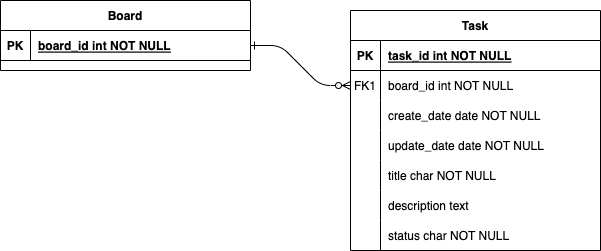
This is db-diagram.png from RonierisonMaciel/task-board, a draw.io export, as it was before one commit. Source tidied: cells renumbered, new cells last; positions are measured from the earlier drawing's top-left corner, leaving out a move shared by most shapes. The source it was exported from:
```xml
<mxGraphModel>
  <root>
    <mxCell id="0" />
    <mxCell id="1" parent="0" />
    <mxCell id="2" style="edgeStyle=entityRelationEdgeStyle;endArrow=ERzeroToMany;startArrow=ERone;endFill=1;startFill=0;" parent="1" edge="1" source="26" target="7">
      <mxGeometry relative="1" as="geometry" />
    </mxCell>
    <mxCell id="3" value="Task" style="shape=table;startSize=30;rowLines=0;fontStyle=1;align=center;" parent="1" vertex="1">
      <mxGeometry x="350" y="10" width="250" height="240" as="geometry" />
    </mxCell>
    <mxCell id="4" style="shape=partialRectangle;fillColor=none;top=0;left=0;right=0;bottom=1;" parent="3" vertex="1">
      <mxGeometry y="30" width="250" height="30" as="geometry" />
    </mxCell>
    <mxCell id="5" value="PK" style="shape=partialRectangle;overflow=hidden;fillColor=none;top=0;left=0;bottom=0;right=0;fontStyle=1;" parent="4" vertex="1">
      <mxGeometry width="30" height="30" as="geometry" />
    </mxCell>
    <mxCell id="6" value="task_id int NOT NULL " style="shape=partialRectangle;overflow=hidden;fillColor=none;top=0;left=0;bottom=0;right=0;align=left;spacingLeft=6;fontStyle=5;" parent="4" vertex="1">
      <mxGeometry x="30" width="220" height="30" as="geometry" />
    </mxCell>
    <mxCell id="7" style="shape=partialRectangle;fillColor=none;points=[[0,0.5],[1,0.5]];portConstraint=eastwest;top=0;left=0;right=0;bottom=0;" parent="3" vertex="1">
      <mxGeometry y="60" width="250" height="30" as="geometry" />
    </mxCell>
    <mxCell id="8" value="FK1" style="shape=partialRectangle;overflow=hidden;fillColor=none;top=0;left=0;bottom=0;right=0;" parent="7" vertex="1">
      <mxGeometry width="30" height="30" as="geometry" />
    </mxCell>
    <mxCell id="9" value="board_id int NOT NULL" style="shape=partialRectangle;overflow=hidden;fillColor=none;top=0;left=0;bottom=0;right=0;align=left;spacingLeft=6;" parent="7" vertex="1">
      <mxGeometry x="30" width="220" height="30" as="geometry" />
    </mxCell>
    <mxCell id="10" style="shape=partialRectangle;fillColor=none;top=0;left=0;right=0;bottom=0;" parent="3" vertex="1">
      <mxGeometry y="90" width="250" height="30" as="geometry" />
    </mxCell>
    <mxCell id="11" style="shape=partialRectangle;overflow=hidden;fillColor=none;top=0;left=0;bottom=0;right=0;" parent="10" vertex="1">
      <mxGeometry width="30" height="30" as="geometry" />
    </mxCell>
    <mxCell id="12" value="create_date date NOT NULL" style="shape=partialRectangle;overflow=hidden;fillColor=none;top=0;left=0;bottom=0;right=0;align=left;spacingLeft=6;" parent="10" vertex="1">
      <mxGeometry x="30" width="220" height="30" as="geometry" />
    </mxCell>
    <mxCell id="13" style="shape=partialRectangle;fillColor=none;top=0;left=0;right=0;bottom=0;" parent="3" vertex="1">
      <mxGeometry y="120" width="250" height="30" as="geometry" />
    </mxCell>
    <mxCell id="14" style="shape=partialRectangle;overflow=hidden;fillColor=none;top=0;left=0;bottom=0;right=0;" parent="13" vertex="1">
      <mxGeometry width="30" height="30" as="geometry" />
    </mxCell>
    <mxCell id="15" value="update_date date NOT NULL" style="shape=partialRectangle;overflow=hidden;fillColor=none;top=0;left=0;bottom=0;right=0;align=left;spacingLeft=6;" parent="13" vertex="1">
      <mxGeometry x="30" width="220" height="30" as="geometry" />
    </mxCell>
    <mxCell id="16" style="shape=partialRectangle;fillColor=none;top=0;left=0;right=0;bottom=0;" parent="3" vertex="1">
      <mxGeometry y="150" width="250" height="30" as="geometry" />
    </mxCell>
    <mxCell id="17" style="shape=partialRectangle;overflow=hidden;fillColor=none;top=0;left=0;bottom=0;right=0;" parent="16" vertex="1">
      <mxGeometry width="30" height="30" as="geometry" />
    </mxCell>
    <mxCell id="18" value="title char NOT NULL" style="shape=partialRectangle;overflow=hidden;fillColor=none;top=0;left=0;bottom=0;right=0;align=left;spacingLeft=6;" parent="16" vertex="1">
      <mxGeometry x="30" width="220" height="30" as="geometry" />
    </mxCell>
    <mxCell id="19" style="shape=partialRectangle;fillColor=none;top=0;left=0;right=0;bottom=0;" parent="3" vertex="1">
      <mxGeometry y="180" width="250" height="30" as="geometry" />
    </mxCell>
    <mxCell id="20" style="shape=partialRectangle;overflow=hidden;fillColor=none;top=0;left=0;bottom=0;right=0;" parent="19" vertex="1">
      <mxGeometry width="30" height="30" as="geometry" />
    </mxCell>
    <mxCell id="21" value="description text " style="shape=partialRectangle;overflow=hidden;fillColor=none;top=0;left=0;bottom=0;right=0;align=left;spacingLeft=6;" parent="19" vertex="1">
      <mxGeometry x="30" width="220" height="30" as="geometry" />
    </mxCell>
    <mxCell id="22" style="shape=partialRectangle;fillColor=none;top=0;left=0;right=0;bottom=0;" parent="3" vertex="1">
      <mxGeometry y="210" width="250" height="30" as="geometry" />
    </mxCell>
    <mxCell id="23" style="shape=partialRectangle;overflow=hidden;fillColor=none;top=0;left=0;bottom=0;right=0;" parent="22" vertex="1">
      <mxGeometry width="30" height="30" as="geometry" />
    </mxCell>
    <mxCell id="24" value="status char NOT NULL" style="shape=partialRectangle;overflow=hidden;fillColor=none;top=0;left=0;bottom=0;right=0;align=left;spacingLeft=6;" parent="22" vertex="1">
      <mxGeometry x="30" width="220" height="30" as="geometry" />
    </mxCell>
    <mxCell id="25" value="Board" style="shape=table;startSize=30;rowLines=0;fontStyle=1;align=center;" parent="1" vertex="1">
      <mxGeometry width="250" height="70" as="geometry" />
    </mxCell>
    <mxCell id="26" style="shape=partialRectangle;fillColor=none;points=[[0,0.5],[1,0.5]];portConstraint=eastwest;top=0;left=0;right=0;bottom=1;" parent="25" vertex="1">
      <mxGeometry y="30" width="250" height="30" as="geometry" />
    </mxCell>
    <mxCell id="27" value="PK" style="shape=partialRectangle;overflow=hidden;fillColor=none;top=0;left=0;bottom=0;right=0;fontStyle=1;" parent="26" vertex="1">
      <mxGeometry width="30" height="30" as="geometry" />
    </mxCell>
    <mxCell id="28" value="board_id int NOT NULL " style="shape=partialRectangle;overflow=hidden;fillColor=none;top=0;left=0;bottom=0;right=0;align=left;spacingLeft=6;fontStyle=5;" parent="26" vertex="1">
      <mxGeometry x="30" width="220" height="30" as="geometry" />
    </mxCell>
  </root>
</mxGraphModel>
```
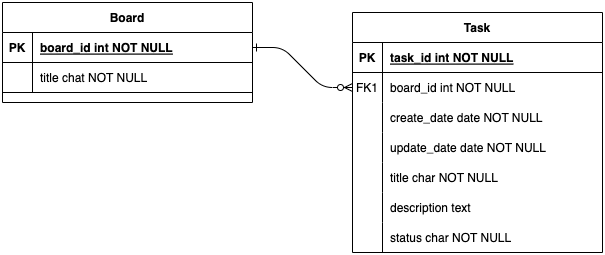
Later version of the same file.

The edit, as a diff of the source:
```diff
@@ -72,7 +72,7 @@
       <mxGeometry x="30" width="220" height="30" as="geometry" />
     </mxCell>
     <mxCell id="25" value="Board" style="shape=table;startSize=30;rowLines=0;fontStyle=1;align=center;" parent="1" vertex="1">
-      <mxGeometry width="250" height="70" as="geometry" />
+      <mxGeometry width="250" height="100" as="geometry" />
     </mxCell>
     <mxCell id="26" style="shape=partialRectangle;fillColor=none;points=[[0,0.5],[1,0.5]];portConstraint=eastwest;top=0;left=0;right=0;bottom=1;" parent="25" vertex="1">
       <mxGeometry y="30" width="250" height="30" as="geometry" />
@@ -83,5 +83,14 @@
     <mxCell id="28" value="board_id int NOT NULL " style="shape=partialRectangle;overflow=hidden;fillColor=none;top=0;left=0;bottom=0;right=0;align=left;spacingLeft=6;fontStyle=5;" parent="26" vertex="1">
       <mxGeometry x="30" width="220" height="30" as="geometry" />
     </mxCell>
+    <mxCell id="29" style="shape=partialRectangle;fillColor=none;top=0;left=0;right=0;bottom=1;" parent="25" vertex="1">
+      <mxGeometry y="60" width="250" height="30" as="geometry" />
+    </mxCell>
+    <mxCell id="30" style="shape=partialRectangle;overflow=hidden;fillColor=none;top=0;left=0;bottom=0;right=0;fontStyle=1;" parent="29" vertex="1">
+      <mxGeometry width="30" height="30" as="geometry" />
+    </mxCell>
+    <mxCell id="31" value="title chat NOT NULL" style="shape=partialRectangle;overflow=hidden;fillColor=none;top=0;left=0;bottom=0;right=0;align=left;spacingLeft=6;fontStyle=0;" parent="29" vertex="1">
+      <mxGeometry x="30" width="220" height="30" as="geometry" />
+    </mxCell>
   </root>
 </mxGraphModel>
```
